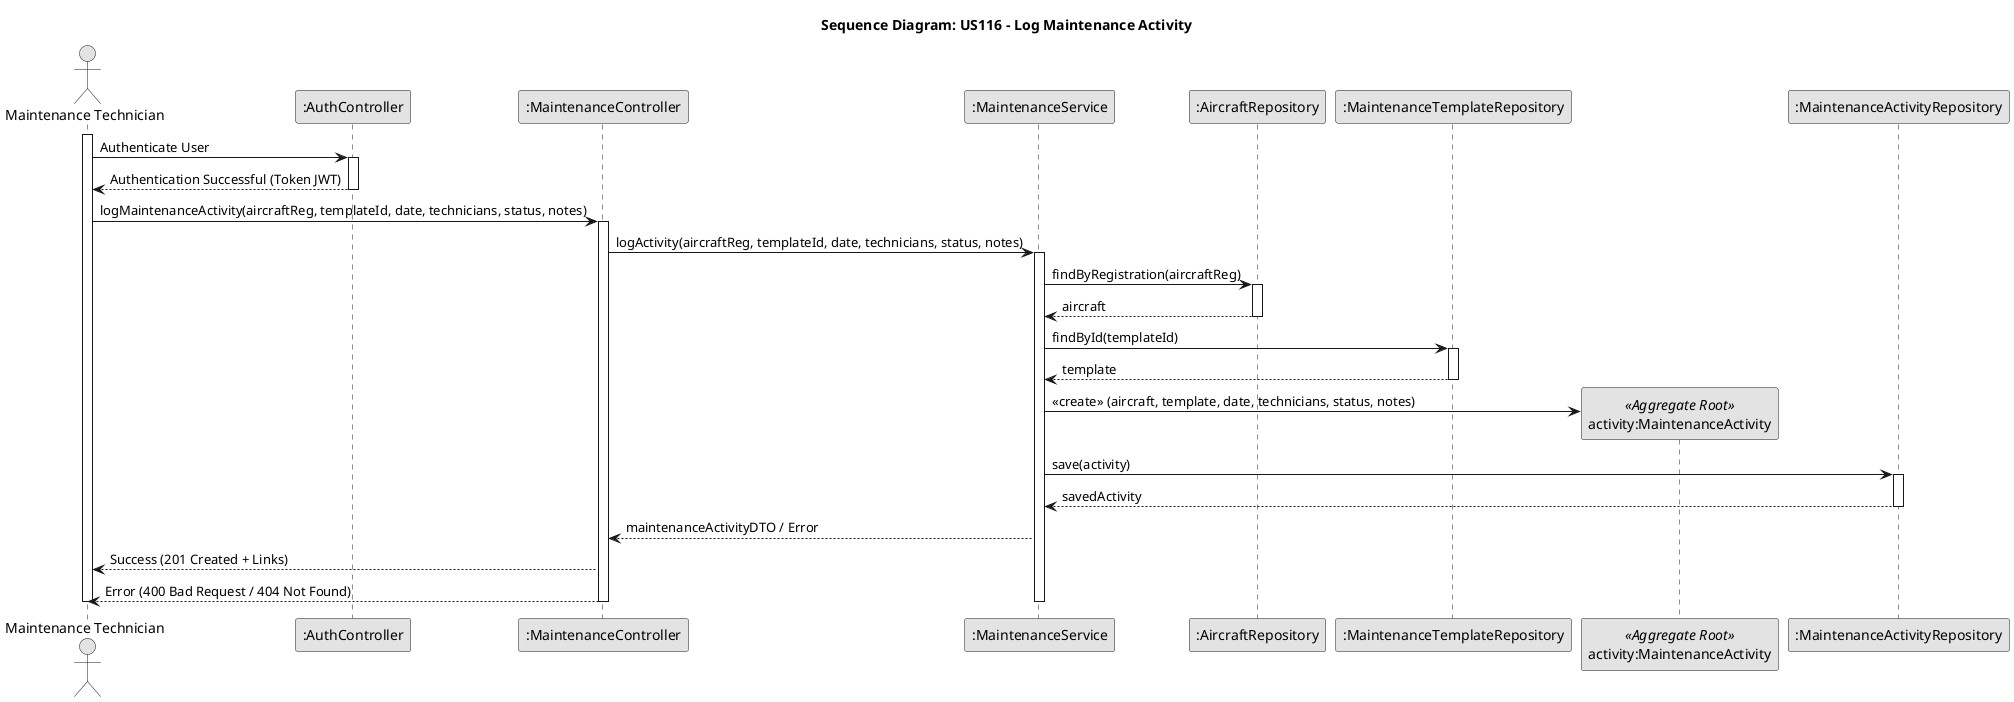
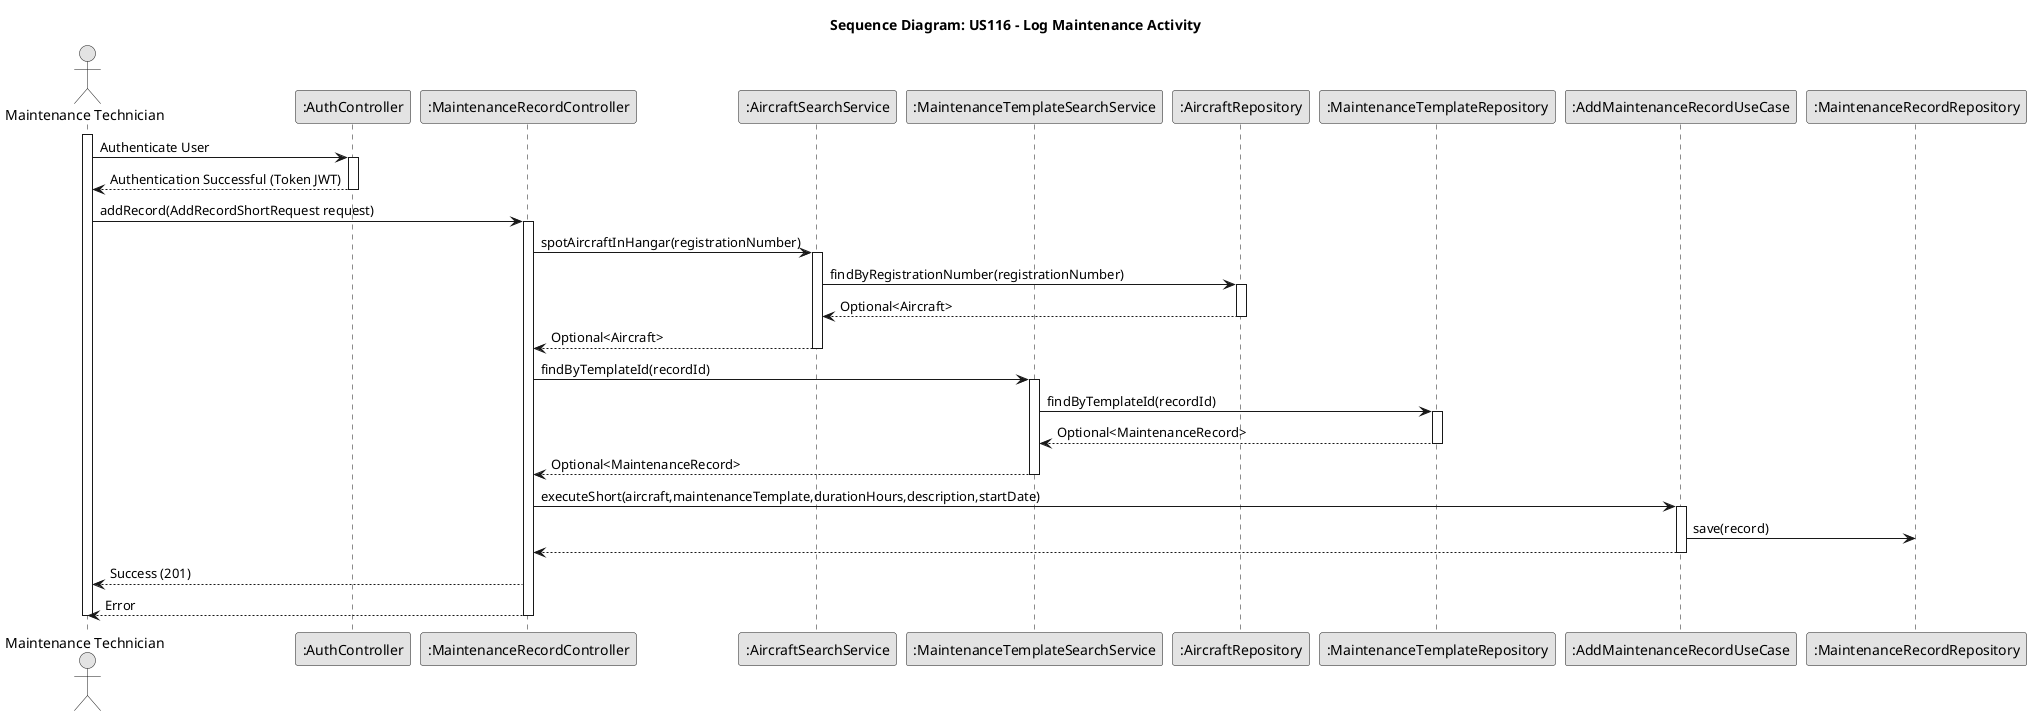
@startuml
skinparam monochrome true
skinparam shadowing false

title Sequence Diagram: US116 - Log Maintenance Activity

actor "Maintenance Technician" as User
participant ":AuthController" as Auth
- participant ":MaintenanceController" as Ctrl
- participant ":MaintenanceService" as Service
+ participant ":MaintenanceRecordController" as Ctrl
+ participant ":AircraftSearchService" as aircraftSearchService
+ participant ":MaintenanceTemplateSearchService" as maintenanceTemplateSearchService
participant ":AircraftRepository" as RepoAircraft
participant ":MaintenanceTemplateRepository" as RepoTemplate
- participant "activity:MaintenanceActivity" as Activity <<Aggregate Root>>
- participant ":MaintenanceActivityRepository" as RepoActivity
+ participant ":AddMaintenanceRecordUseCase" as AddUse
+ participant ":MaintenanceRecordRepository" as recordRepo

activate User
- 

User -> Auth : Authenticate User
activate Auth
Auth --> User : Authentication Successful (Token JWT)
deactivate Auth


- User -> Ctrl : logMaintenanceActivity(aircraftReg, templateId, date, technicians, status, notes)
+ User -> Ctrl : addRecord(AddRecordShortRequest request)
activate Ctrl

- Ctrl -> Service : logActivity(aircraftReg, templateId, date, technicians, status, notes)
- activate Service
+ Ctrl -> aircraftSearchService : spotAircraftInHangar(registrationNumber)
+ activate aircraftSearchService

-     Service -> RepoAircraft : findByRegistration(aircraftReg)
-     activate RepoAircraft
-     RepoAircraft --> Service : aircraft
-     deactivate RepoAircraft
- 
-     Service -> RepoTemplate : findById(templateId)
-     activate RepoTemplate
-     RepoTemplate --> Service : template
-     deactivate RepoTemplate
+ aircraftSearchService -> RepoAircraft :findByRegistrationNumber(registrationNumber)
+ activate RepoAircraft
+ RepoAircraft --> aircraftSearchService : Optional<Aircraft>
+ deactivate RepoAircraft
+ aircraftSearchService-->Ctrl : Optional<Aircraft>
+ deactivate aircraftSearchService


-     Service -> Activity** : <<create>> (aircraft, template, date, technicians, status, notes)
+ Ctrl -> maintenanceTemplateSearchService : findByTemplateId(recordId)
+ activate maintenanceTemplateSearchService
+     maintenanceTemplateSearchService ->RepoTemplate: findByTemplateId(recordId)
+         activate RepoTemplate
+         RepoTemplate-->maintenanceTemplateSearchService: Optional<MaintenanceRecord>
+         deactivate RepoTemplate
+ maintenanceTemplateSearchService-->Ctrl: Optional<MaintenanceRecord>
+ deactivate maintenanceTemplateSearchService

-     Service -> RepoActivity : save(activity)
-     activate RepoActivity
-     RepoActivity --> Service : savedActivity
-     deactivate RepoActivity
+ Ctrl-> AddUse:executeShort(aircraft,maintenanceTemplate,durationHours,description,startDate)
+ activate AddUse
+     AddUse->recordRepo: save(record)
+     AddUse-->Ctrl
+ deactivate AddUse

-     Service --> Ctrl : maintenanceActivityDTO / Error
+ Ctrl --> User : Success (201)
+ Ctrl --> User : Error

-     Ctrl --> User : Success (201 Created + Links)
-     Ctrl --> User : Error (400 Bad Request / 404 Not Found)
- 
- deactivate Service
deactivate Ctrl
deactivate User
@enduml